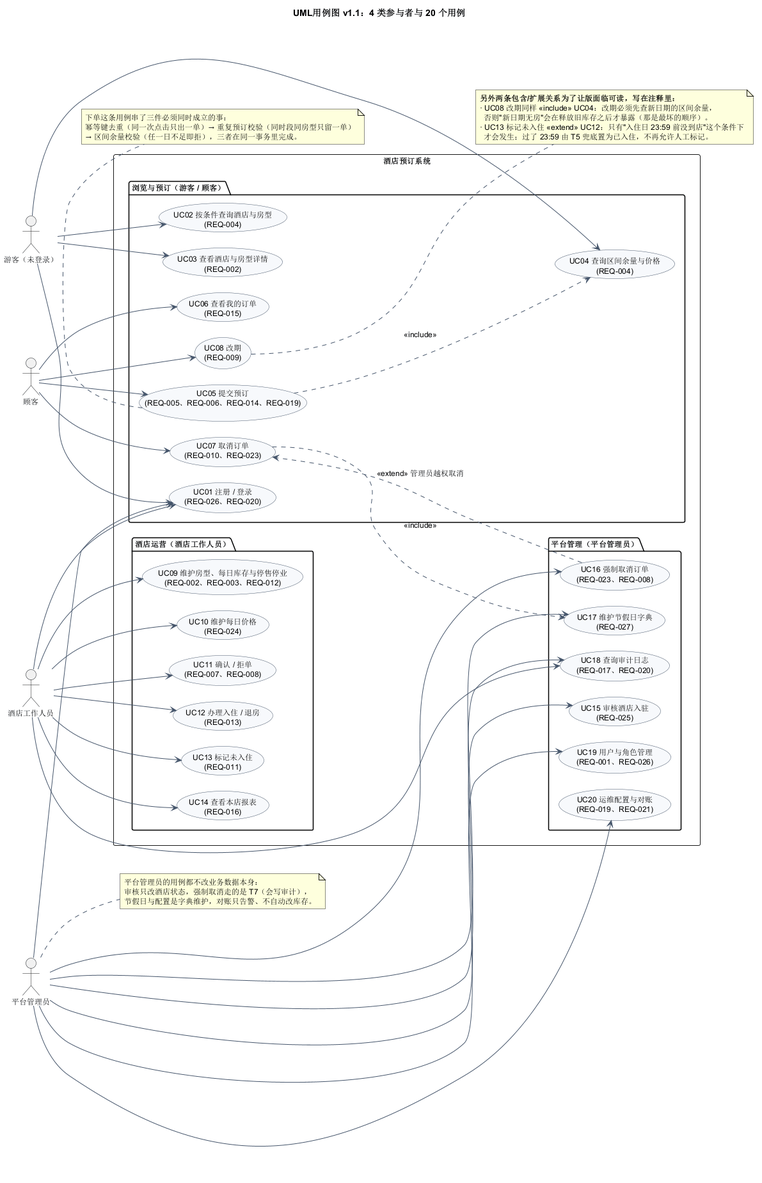
The PlantUML diagram exp2/UML/UML用例图.png in ChenYiFanAccount/softeng-lab1-requirements, before a commit. Its diagram source:
```plantuml
@startuml
title UML用例图 v1.1：4 类参与者与 20 个用例

skinparam shadowing false
skinparam defaultFontSize 12
skinparam ArrowColor #44546A
skinparam nodesep 25
skinparam ranksep 35
skinparam usecase {
  BackgroundColor #F7F9FC
  BorderColor #44546A
}
left to right direction

actor "游客（未登录）" as Guest
actor "顾客" as Customer
actor "酒店工作人员" as Staff
actor "平台管理员" as Admin

rectangle "酒店预订系统" {

  package "浏览与预订（游客 / 顾客）" {
    usecase "UC01 注册 / 登录\n(REQ-026、REQ-020)" as UC01
    usecase "UC02 按条件查询酒店与房型\n(REQ-004)" as UC02
    usecase "UC03 查看酒店与房型详情\n(REQ-002)" as UC03
    usecase "UC04 查询区间余量与价格\n(REQ-004)" as UC04
    usecase "UC05 提交预订\n(REQ-005、REQ-006、REQ-014、REQ-019)" as UC05
    usecase "UC06 查看我的订单\n(REQ-015)" as UC06
    usecase "UC07 取消订单\n(REQ-010、REQ-023)" as UC07
    usecase "UC08 改期\n(REQ-009)" as UC08
  }

  package "酒店运营（酒店工作人员）" {
    usecase "UC09 维护房型、每日库存与停售停业\n(REQ-002、REQ-003、REQ-012)" as UC09
    usecase "UC10 维护每日价格\n(REQ-024)" as UC10
    usecase "UC11 确认 / 拒单\n(REQ-007、REQ-008)" as UC11
    usecase "UC12 办理入住 / 退房\n(REQ-013)" as UC12
    usecase "UC13 标记未入住\n(REQ-011)" as UC13
    usecase "UC14 查看本店报表\n(REQ-016)" as UC14
  }

  package "平台管理（平台管理员）" {
    usecase "UC15 审核酒店入驻\n(REQ-025)" as UC15
    usecase "UC16 强制取消订单\n(REQ-023、REQ-008)" as UC16
    usecase "UC17 维护节假日字典\n(REQ-027)" as UC17
    usecase "UC18 查询审计日志\n(REQ-017、REQ-020)" as UC18
    usecase "UC19 用户与角色管理\n(REQ-001、REQ-026)" as UC19
    usecase "UC20 运维配置与对账\n(REQ-019、REQ-021)" as UC20
  }
}

Guest --> UC01
Guest --> UC02
Guest --> UC03
Guest --> UC04

Customer --> UC05
Customer --> UC06
Customer --> UC07
Customer --> UC08

Staff --> UC01
Staff --> UC09
Staff --> UC10
Staff --> UC11
Staff --> UC12
Staff --> UC13
Staff --> UC14
Staff --> UC18

Admin --> UC01
Admin --> UC15
Admin --> UC16
Admin --> UC17
Admin --> UC18
Admin --> UC19
Admin --> UC20

UC05 ..> UC04 : <<include>>
UC07 ..> UC17 : <<include>>

UC16 ..> UC07 : <<extend>> 管理员越权取消

note bottom of UC05
  下单这条用例串了三件必须同时成立的事：
  幂等键去重（同一次点击只出一单）→ 重复预订校验（同时段同房型只留一单）
  → 区间余量校验（任一日不足即拒），三者在同一事务里完成。
end note

note right of UC08
  **另外两条包含/扩展关系为了让版面临可读，写在注释里：**
  · UC08 改期同样 <<include>> UC04：改期必须先查新日期的区间余量，
    否则"新日期无房"会在释放旧库存之后才暴露（那是最坏的顺序）。
  · UC13 标记未入住 <<extend>> UC12：只有"入住日 23:59 前没到店"这个条件下
    才会发生；过了 23:59 由 T5 兜底置为已入住，不再允许人工标记。
end note

note right of Admin
  平台管理员的用例都不改业务数据本身：
  审核只改酒店状态，强制取消走的是 T7（会写审计），
  节假日与配置是字典维护，对账只告警、不自动改库存。
end note
@enduml
```
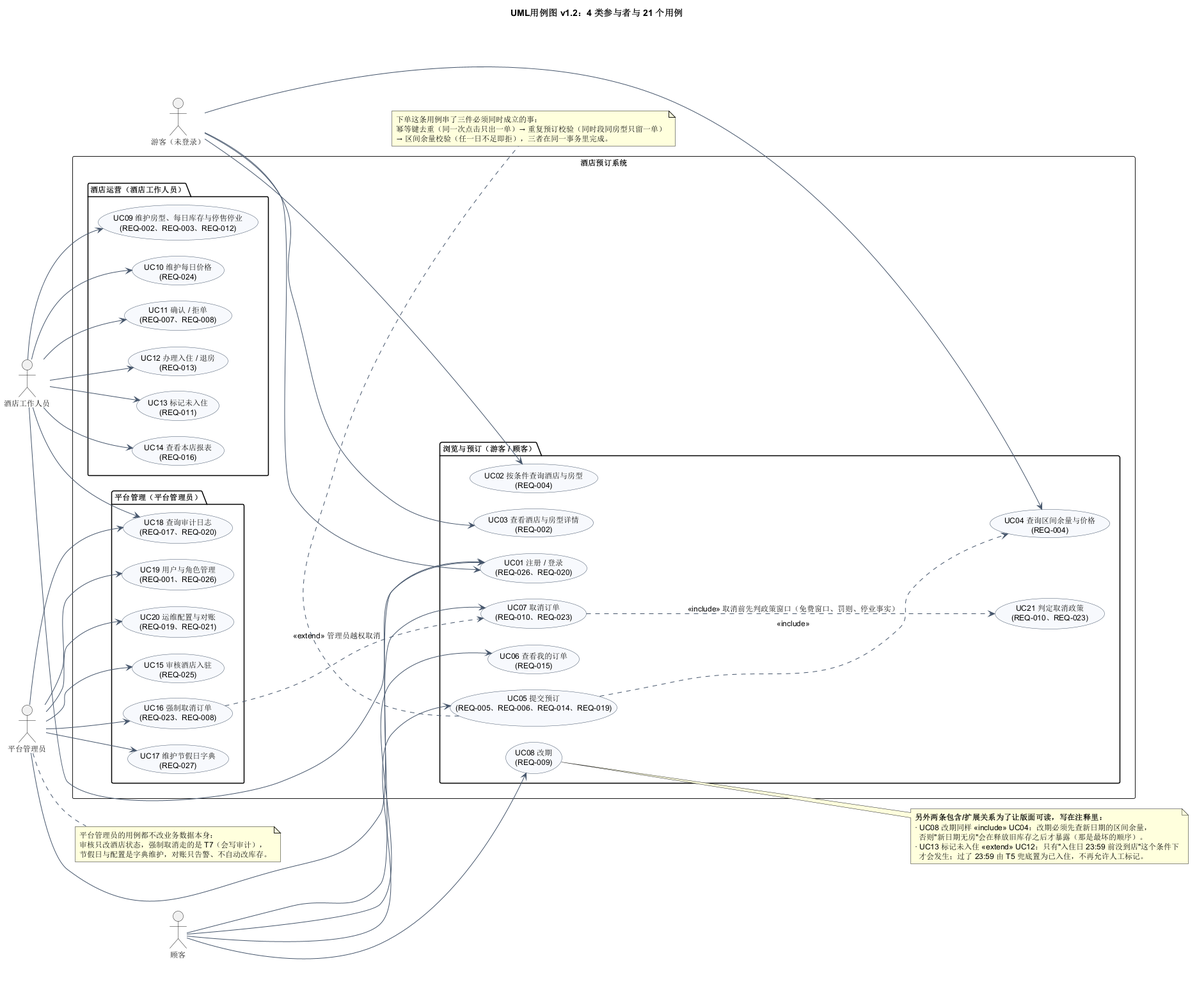
After the change.

Diff of the diagram source:
```diff
@@ -1,5 +1,5 @@
 @startuml
-title UML用例图 v1.1：4 类参与者与 20 个用例
+title UML用例图 v1.2：4 类参与者与 21 个用例
 
 skinparam shadowing false
 skinparam defaultFontSize 12
@@ -27,6 +27,7 @@
     usecase "UC05 提交预订\n(REQ-005、REQ-006、REQ-014、REQ-019)" as UC05
     usecase "UC06 查看我的订单\n(REQ-015)" as UC06
     usecase "UC07 取消订单\n(REQ-010、REQ-023)" as UC07
+    usecase "UC21 判定取消政策\n(REQ-010、REQ-023)" as UC21
     usecase "UC08 改期\n(REQ-009)" as UC08
   }
 
@@ -77,7 +78,7 @@
 Admin --> UC20
 
 UC05 ..> UC04 : <<include>>
-UC07 ..> UC17 : <<include>>
+UC07 ..> UC21 : <<include>> 取消前先判政策窗口（免费窗口、罚则、停业事实）
 
 UC16 ..> UC07 : <<extend>> 管理员越权取消
 
@@ -88,7 +89,7 @@
 end note
 
 note right of UC08
-  **另外两条包含/扩展关系为了让版面临可读，写在注释里：**
+  **另外两条包含/扩展关系为了让版面可读，写在注释里：**
   · UC08 改期同样 <<include>> UC04：改期必须先查新日期的区间余量，
     否则"新日期无房"会在释放旧库存之后才暴露（那是最坏的顺序）。
   · UC13 标记未入住 <<extend>> UC12：只有"入住日 23:59 前没到店"这个条件下
```
